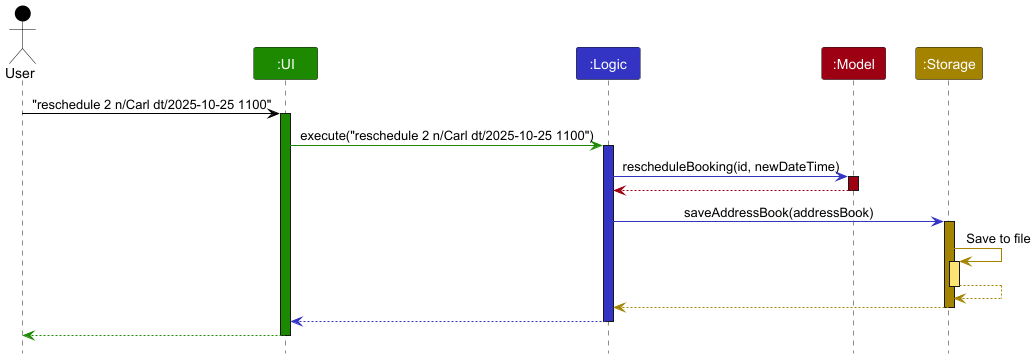
Earlier version of the PlantUML export docs/images/RescheduleDiagram.png (tathan08/tp).
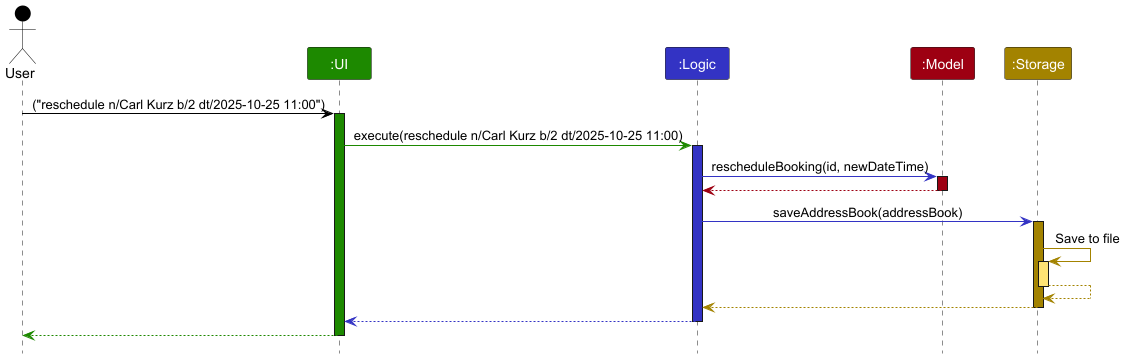
Above is the later version.

Change to the diagram source:
```diff
@@ -8,10 +8,10 @@
 Participant ":Model" as model MODEL_COLOR
 Participant ":Storage" as storage STORAGE_COLOR
 
-user -[USER_COLOR]> ui : "reschedule 2 n/Carl dt/2025-10-25 1100"
+user -[USER_COLOR]> ui : ("reschedule n/Carl Kurz b/2 dt/2025-10-25 11:00")
 activate ui UI_COLOR
 
-ui -[UI_COLOR]> logic : execute("reschedule 2 n/Carl dt/2025-10-25 1100")
+ui -[UI_COLOR]> logic : execute(reschedule n/Carl Kurz b/2 dt/2025-10-25 11:00)
 activate logic LOGIC_COLOR
 
 logic -[LOGIC_COLOR]> model : rescheduleBooking(id, newDateTime)
```
